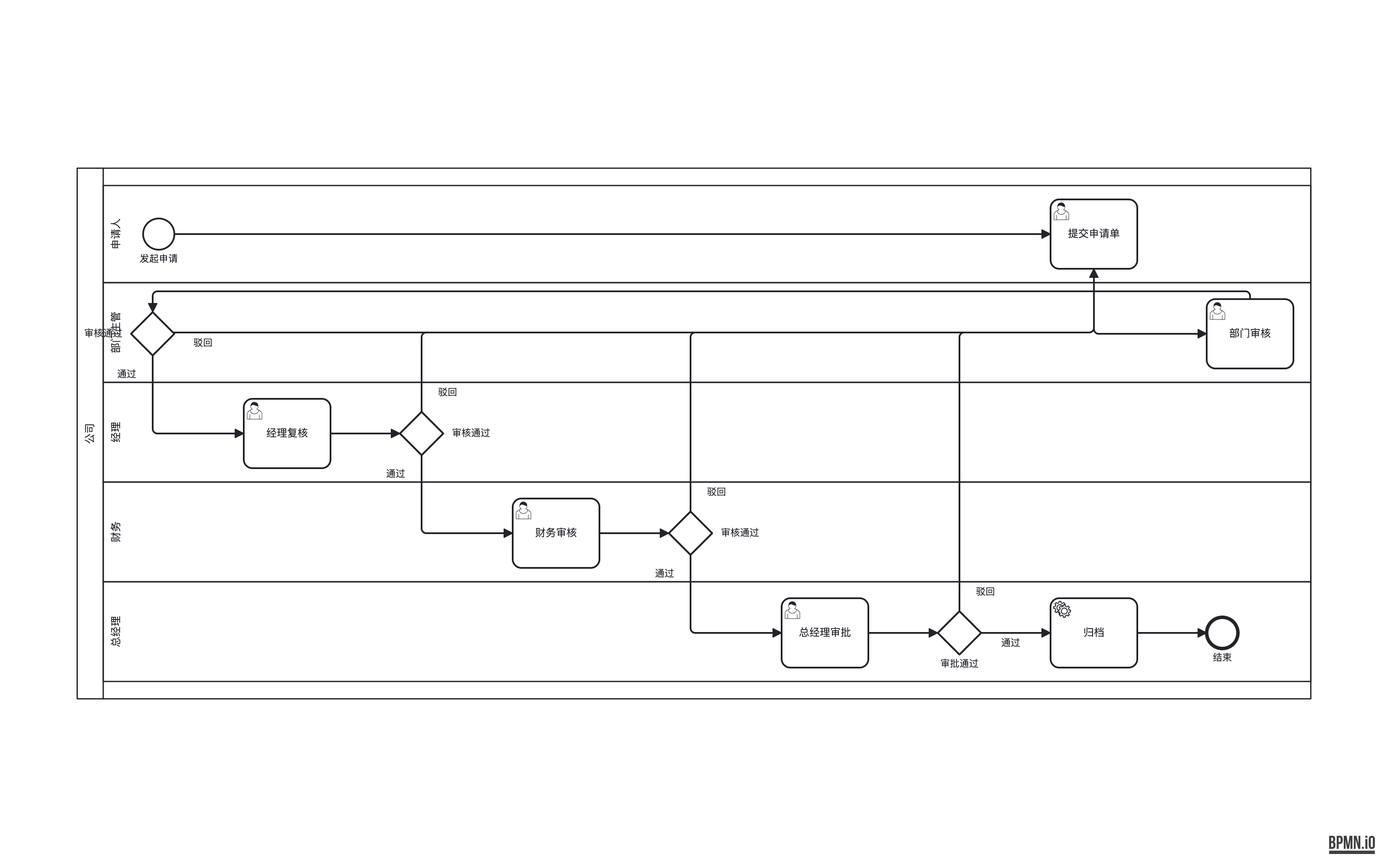
Earlier version of the BPMN export out-bpmn-png/39-approval-reject-merge.png (LcpMarvel/tramito-layout). Its source is kept beside it as out-xml/39-approval-reject-merge.bpmn. Ids are renumbered.
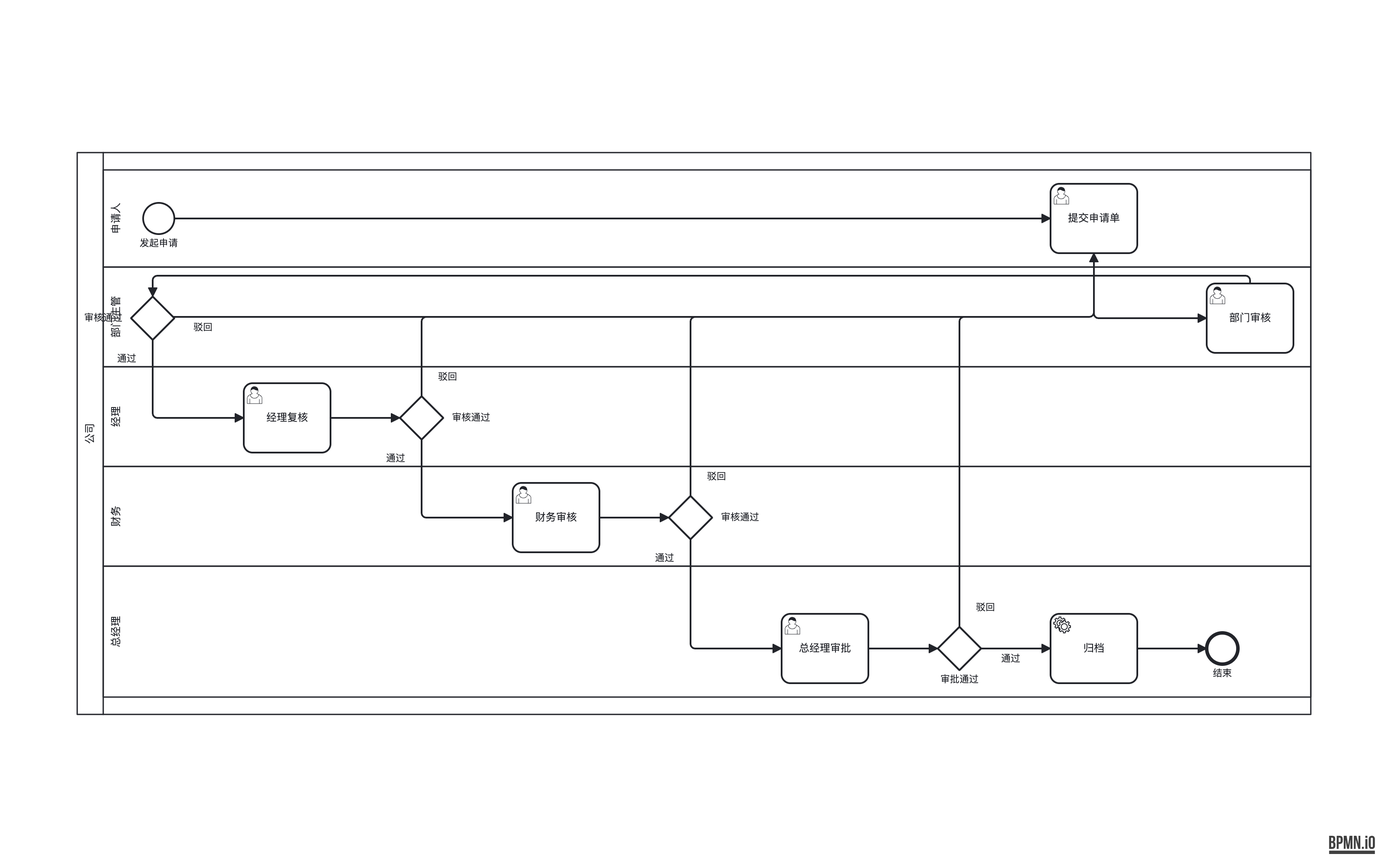
Later version of the same file.

Commit message:
edge-router: clean backward reject routing (lane headroom + gateway right-entry)

Diff of the diagram source:
```diff
@@ -100,10 +100,10 @@
   <bpmndi:BPMNDiagram id="BPMNDiagram_definitions_approval_reject_merge" name="BPMNDiagram">
     <bpmndi:BPMNPlane id="BPMNPlane_definitions_approval_reject_merge" bpmnElement="collaboration_1">
       <bpmndi:BPMNShape id="collaboration_1_di" bpmnElement="collaboration_1">
-        <dc:Bounds x="0" y="0" width="1422" height="612" />
+        <dc:Bounds x="0" y="0" width="1422" height="648" />
       </bpmndi:BPMNShape>
       <bpmndi:BPMNShape id="pool_company_di" bpmnElement="pool_company" isHorizontal="true">
-        <dc:Bounds x="0" y="0" width="1422" height="612" />
+        <dc:Bounds x="0" y="0" width="1422" height="648" />
       </bpmndi:BPMNShape>
       <bpmndi:BPMNShape id="lane_applicant_di" bpmnElement="lane_applicant" isHorizontal="true">
         <dc:Bounds x="30" y="20" width="1392" height="112" />
@@ -154,24 +154,24 @@
         </bpmndi:BPMNLabel>
       </bpmndi:BPMNShape>
       <bpmndi:BPMNShape id="lane_gm_di" bpmnElement="lane_gm" isHorizontal="true">
-        <dc:Bounds x="30" y="477" width="1392" height="115" />
+        <dc:Bounds x="30" y="477" width="1392" height="151" />
       </bpmndi:BPMNShape>
       <bpmndi:BPMNShape id="task_gm_di" bpmnElement="task_gm">
-        <dc:Bounds x="812" y="496" width="100" height="80" />
+        <dc:Bounds x="812" y="532" width="100" height="80" />
       </bpmndi:BPMNShape>
       <bpmndi:BPMNShape id="gw_gm_di" bpmnElement="gw_gm">
-        <dc:Bounds x="992" y="511" width="50" height="50" />
+        <dc:Bounds x="992" y="547" width="50" height="50" />
         <bpmndi:BPMNLabel>
-          <dc:Bounds x="989" y="565" width="56" height="14" />
+          <dc:Bounds x="989" y="601" width="56" height="14" />
         </bpmndi:BPMNLabel>
       </bpmndi:BPMNShape>
       <bpmndi:BPMNShape id="task_archive_di" bpmnElement="task_archive">
-        <dc:Bounds x="1122" y="496" width="100" height="80" />
+        <dc:Bounds x="1122" y="532" width="100" height="80" />
       </bpmndi:BPMNShape>
       <bpmndi:BPMNShape id="end_done_di" bpmnElement="end_done">
-        <dc:Bounds x="1302" y="518" width="36" height="36" />
+        <dc:Bounds x="1302" y="554" width="36" height="36" />
         <bpmndi:BPMNLabel>
-          <dc:Bounds x="1270" y="558" width="100" height="14" />
+          <dc:Bounds x="1270" y="594" width="100" height="14" />
         </bpmndi:BPMNLabel>
       </bpmndi:BPMNShape>
       <bpmndi:BPMNEdge id="f_start_submit_di" bpmnElement="f_start_submit">
@@ -232,8 +232,8 @@
       </bpmndi:BPMNEdge>
       <bpmndi:BPMNEdge id="f_fin_pass_di" bpmnElement="f_fin_pass">
         <di:waypoint x="707" y="446" />
-        <di:waypoint x="707" y="536" />
-        <di:waypoint x="812" y="536" />
+        <di:waypoint x="707" y="572" />
+        <di:waypoint x="812" y="572" />
         <bpmndi:BPMNLabel>
           <dc:Bounds x="652" y="461" width="50" height="14" />
         </bpmndi:BPMNLabel>
@@ -248,28 +248,28 @@
         </bpmndi:BPMNLabel>
       </bpmndi:BPMNEdge>
       <bpmndi:BPMNEdge id="f_gm_gw_di" bpmnElement="f_gm_gw">
-        <di:waypoint x="912" y="536" />
-        <di:waypoint x="992" y="536" />
+        <di:waypoint x="912" y="572" />
+        <di:waypoint x="992" y="572" />
       </bpmndi:BPMNEdge>
       <bpmndi:BPMNEdge id="f_gm_pass_di" bpmnElement="f_gm_pass">
-        <di:waypoint x="1042" y="536" />
-        <di:waypoint x="1122" y="536" />
+        <di:waypoint x="1042" y="572" />
+        <di:waypoint x="1122" y="572" />
         <bpmndi:BPMNLabel>
-          <dc:Bounds x="1051" y="541" width="50" height="14" />
+          <dc:Bounds x="1051" y="577" width="50" height="14" />
         </bpmndi:BPMNLabel>
       </bpmndi:BPMNEdge>
       <bpmndi:BPMNEdge id="f_gm_reject_di" bpmnElement="f_gm_reject">
-        <di:waypoint x="1017" y="511" />
+        <di:waypoint x="1017" y="547" />
         <di:waypoint x="1017" y="189.5" />
         <di:waypoint x="1172" y="189.5" />
         <di:waypoint x="1172" y="116" />
         <bpmndi:BPMNLabel>
-          <dc:Bounds x="1022" y="482" width="50" height="14" />
+          <dc:Bounds x="1022" y="518" width="50" height="14" />
         </bpmndi:BPMNLabel>
       </bpmndi:BPMNEdge>
       <bpmndi:BPMNEdge id="f_archive_end_di" bpmnElement="f_archive_end">
-        <di:waypoint x="1222" y="536" />
-        <di:waypoint x="1302" y="536" />
+        <di:waypoint x="1222" y="572" />
+        <di:waypoint x="1302" y="572" />
       </bpmndi:BPMNEdge>
     </bpmndi:BPMNPlane>
   </bpmndi:BPMNDiagram>
```
